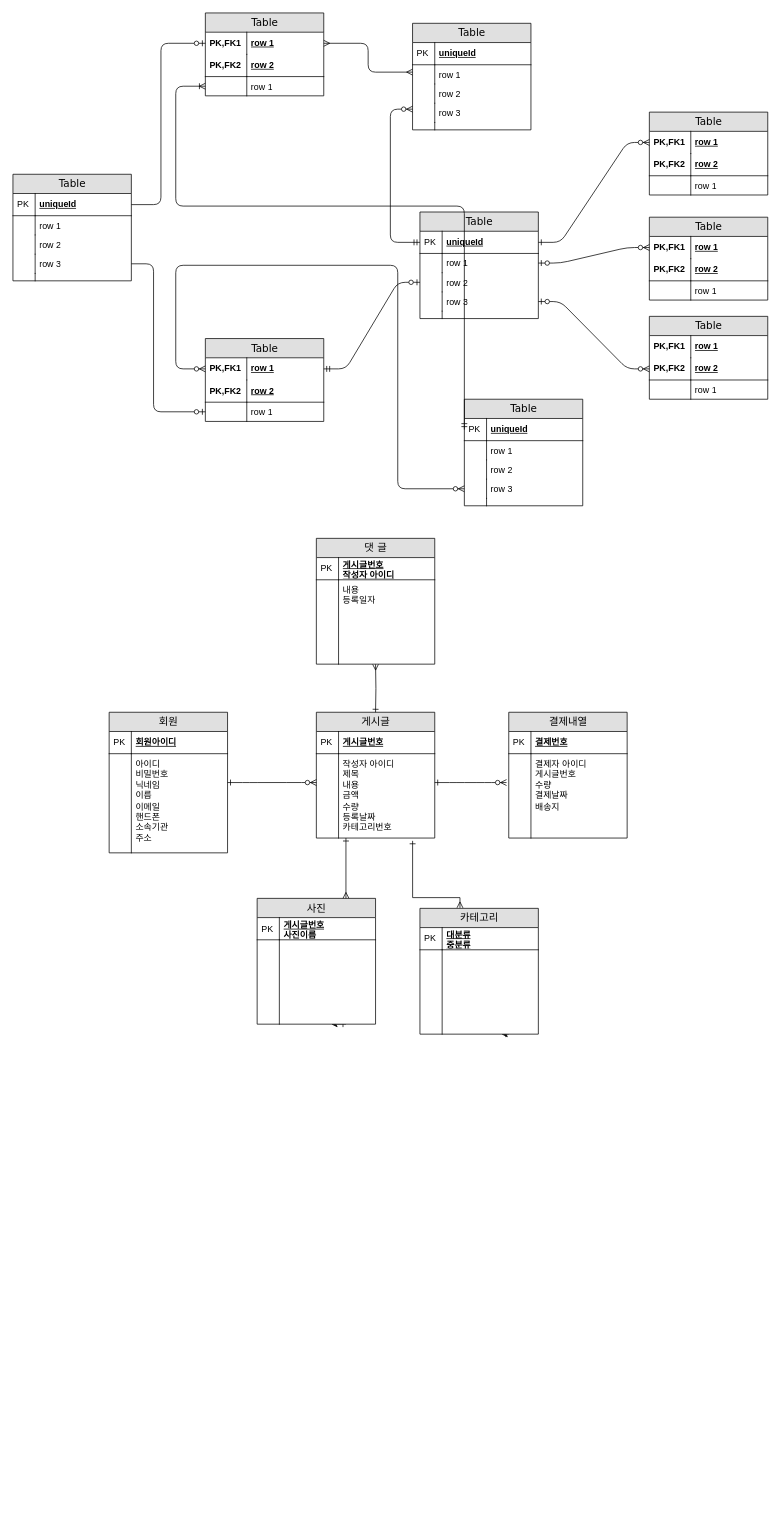
Before: Untitled Diagram.drawio in RealWarm/Algorithm, a draw.io diagram. Source tidied: cells renumbered, new cells numbered last; positions are measured from the earlier drawing's top-left corner, leaving out a move shared by most shapes. Both pictures are drawn from the tidied source at 74%, with x=0, y=0 at pixel (13, 13).
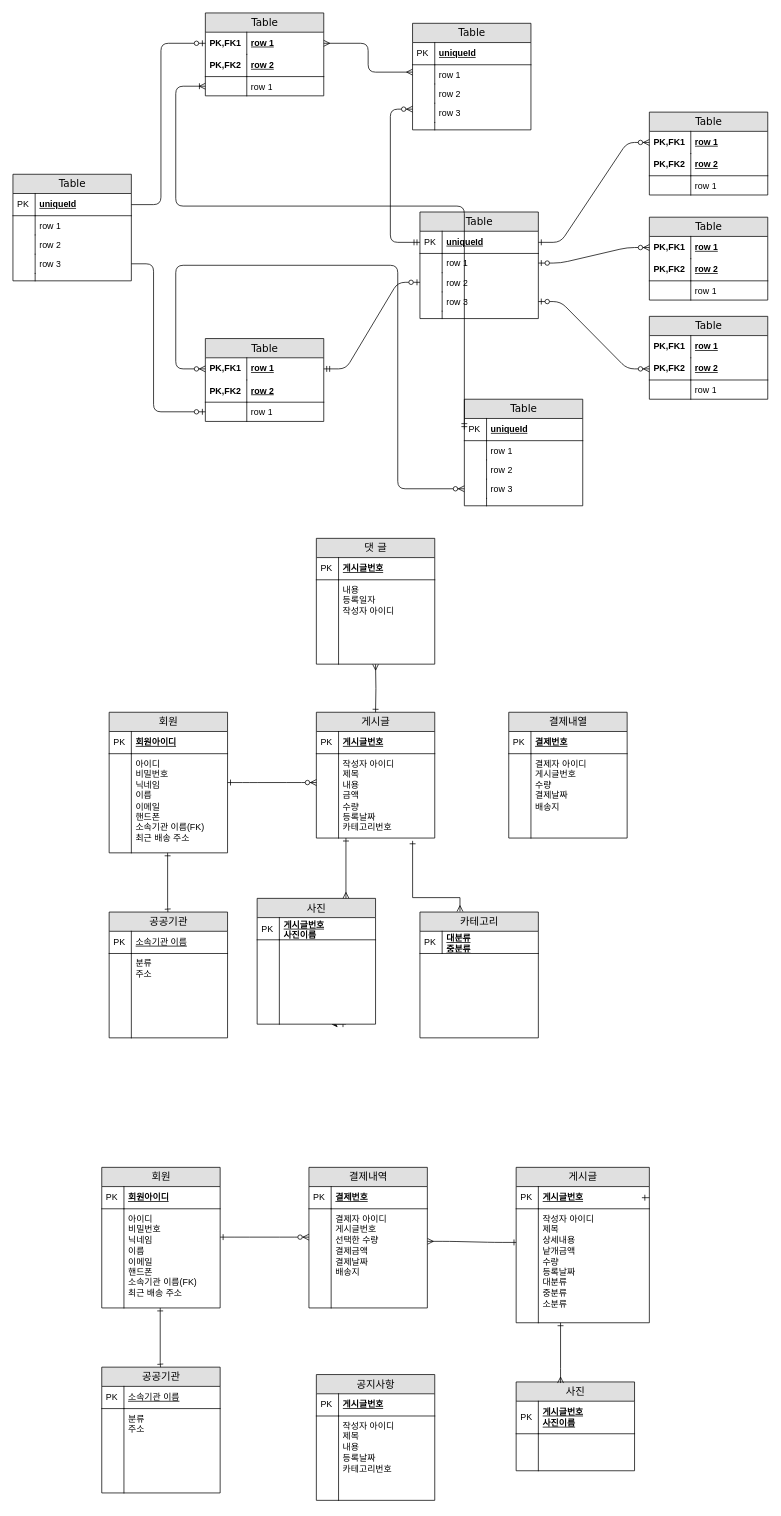
The same diagram, later.

The change refers to these unchanged cells:
```xml
<mxCell id="91" value="회원" style="swimlane;html=1;fontStyle=0;horizontal=1;startSize=26;fillColor=#e0e0e0;swimlaneFillColor=#ffffff;align=center;rounded=0;shadow=0;comic=0;labelBackgroundColor=none;strokeWidth=1;fontFamily=Verdana;fontSize=14;" parent="1" vertex="1">
  <mxGeometry x="130" y="945" width="160" height="190" as="geometry" />
</mxCell>
<mxCell id="109" value="댓 글" style="swimlane;html=1;fontStyle=0;horizontal=1;startSize=26;fillColor=#e0e0e0;swimlaneFillColor=#ffffff;align=center;rounded=0;shadow=0;comic=0;labelBackgroundColor=none;strokeWidth=1;fontFamily=Verdana;fontSize=14;" parent="1" vertex="1">
  <mxGeometry x="410" y="710" width="160" height="170" as="geometry" />
</mxCell>
```

Change to the diagram source:
```diff
@@
-    <mxCell id="94" value="아이디&lt;br&gt;비밀번호&lt;br&gt;닉네임&lt;br&gt;이름&lt;br&gt;이메일&lt;br&gt;핸드폰&lt;br&gt;소속기관&lt;br&gt;주소" style="shape=partialRectangle;top=0;left=0;right=0;bottom=0;html=1;align=left;verticalAlign=top;fillColor=none;spacingLeft=34;spacingRight=4;whiteSpace=wrap;overflow=hidden;" parent="91" vertex="1">
+    <mxCell id="94" value="아이디&lt;br&gt;비밀번호&lt;br&gt;닉네임&lt;br&gt;이름&lt;br&gt;이메일&lt;br&gt;핸드폰&lt;br&gt;소속기관 이름(FK)&lt;br&gt;최근 배송 주소" style="shape=partialRectangle;top=0;left=0;right=0;bottom=0;html=1;align=left;verticalAlign=top;fillColor=none;spacingLeft=34;spacingRight=4;whiteSpace=wrap;overflow=hidden;" parent="91" vertex="1">
       <mxGeometry y="56" width="160" height="134" as="geometry" />
     </mxCell>
@@
-    <mxCell id="107" style="edgeStyle=entityRelationEdgeStyle;html=1;endArrow=ERzeroToMany;startArrow=ERone;labelBackgroundColor=none;fontFamily=Verdana;fontSize=14;exitX=1;exitY=0.5;startFill=0;" parent="1" edge="1">
+    <mxCell id="107" style="edgeStyle=entityRelationEdgeStyle;html=1;endArrow=ERone;startArrow=ERmany;labelBackgroundColor=none;fontFamily=Verdana;fontSize=14;exitX=1;exitY=0.5;startFill=0;entryX=0.006;entryY=0.295;entryDx=0;entryDy=0;entryPerimeter=0;endFill=0;" parent="1" edge="1" target="153">
       <mxGeometry relative="1" as="geometry">
-        <mxPoint x="570" y="1040" as="sourcePoint" />
-        <mxPoint x="667" y="1040" as="targetPoint" />
+        <mxPoint x="560" y="1660" as="sourcePoint" />
       </mxGeometry>
     </mxCell>
@@
-    <mxCell id="110" value="게시글번호&lt;br&gt;작성자 아이디" style="shape=partialRectangle;top=0;left=0;right=0;bottom=1;html=1;align=left;verticalAlign=middle;fillColor=none;spacingLeft=34;spacingRight=4;whiteSpace=wrap;overflow=hidden;fontStyle=5;" parent="109" vertex="1">
+    <mxCell id="110" value="게시글번호&lt;br&gt;" style="shape=partialRectangle;top=0;left=0;right=0;bottom=1;html=1;align=left;verticalAlign=middle;fillColor=none;spacingLeft=34;spacingRight=4;whiteSpace=wrap;overflow=hidden;fontStyle=5;" parent="109" vertex="1">
       <mxGeometry y="26" width="160" height="30" as="geometry" />
     </mxCell>
@@
-    <mxCell id="112" value="내용 &lt;br&gt;등록일자" style="shape=partialRectangle;top=0;left=0;right=0;bottom=0;html=1;align=left;verticalAlign=top;fillColor=none;spacingLeft=34;spacingRight=4;whiteSpace=wrap;overflow=hidden;" parent="109" vertex="1">
+    <mxCell id="112" value="내용 &lt;br&gt;등록일자&lt;br&gt;작성자 아이디" style="shape=partialRectangle;top=0;left=0;right=0;bottom=0;html=1;align=left;verticalAlign=top;fillColor=none;spacingLeft=34;spacingRight=4;whiteSpace=wrap;overflow=hidden;" parent="109" vertex="1">
       <mxGeometry y="56" width="160" height="114" as="geometry" />
     </mxCell>
@@
-    <mxCell id="120" style="edgeStyle=orthogonalEdgeStyle;rounded=0;jettySize=auto;html=1;exitX=0.75;exitY=1;exitDx=0;exitDy=0;startArrow=ERone;startFill=0;" parent="1" edge="1" source="121">
-      <mxGeometry relative="1" as="geometry">
-        <mxPoint x="660" y="1380" as="targetPoint" />
-      </mxGeometry>
-    </mxCell>
     <mxCell id="121" value="카테고리" style="swimlane;html=1;fontStyle=0;horizontal=1;startSize=26;fillColor=#e0e0e0;swimlaneFillColor=#ffffff;align=center;rounded=0;shadow=0;comic=0;labelBackgroundColor=none;strokeWidth=1;fontFamily=Verdana;fontSize=14;" parent="1" vertex="1">
-      <mxGeometry x="550" y="1210" width="160" height="170" as="geometry" />
+      <mxGeometry x="550" y="1215" width="160" height="170" as="geometry" />
     </mxCell>
@@
-    <mxCell id="124" style="shape=partialRectangle;top=0;left=0;right=0;bottom=0;html=1;align=left;verticalAlign=top;fillColor=none;spacingLeft=34;spacingRight=4;whiteSpace=wrap;overflow=hidden;" parent="1" vertex="1">
-      <mxGeometry x="550" y="1266" width="160" height="114" as="geometry" />
-    </mxCell>
-    <mxCell id="125" style="shape=partialRectangle;top=0;left=0;bottom=0;html=1;fillColor=none;align=left;verticalAlign=top;spacingLeft=4;spacingRight=4;whiteSpace=wrap;overflow=hidden;" parent="124" vertex="1">
-      <mxGeometry width="30" height="114" as="geometry" />
-    </mxCell>
@@
+    <mxCell id="128" value="공공기관" style="swimlane;html=1;fontStyle=0;horizontal=1;startSize=26;fillColor=#e0e0e0;swimlaneFillColor=#ffffff;align=center;rounded=0;shadow=0;comic=0;labelBackgroundColor=none;strokeWidth=1;fontFamily=Verdana;fontSize=14;" parent="1" vertex="1">
+      <mxGeometry x="130" y="1215" width="160" height="170" as="geometry" />
+    </mxCell>
+    <mxCell id="129" value="&lt;span style=&quot;font-weight: 400&quot;&gt;소속기관 이름&lt;/span&gt;" style="shape=partialRectangle;top=0;left=0;right=0;bottom=1;html=1;align=left;verticalAlign=middle;fillColor=none;spacingLeft=34;spacingRight=4;whiteSpace=wrap;overflow=hidden;fontStyle=5;" parent="128" vertex="1">
+      <mxGeometry y="26" width="160" height="30" as="geometry" />
+    </mxCell>
+    <mxCell id="130" value="PK" style="shape=partialRectangle;top=0;left=0;bottom=0;html=1;fillColor=none;align=left;verticalAlign=middle;spacingLeft=4;spacingRight=4;whiteSpace=wrap;overflow=hidden;" parent="129" vertex="1">
+      <mxGeometry width="30" height="30" as="geometry" />
+    </mxCell>
+    <mxCell id="131" value="분류&lt;br&gt;주소" style="shape=partialRectangle;top=0;left=0;right=0;bottom=0;html=1;align=left;verticalAlign=top;fillColor=none;spacingLeft=34;spacingRight=4;whiteSpace=wrap;overflow=hidden;" parent="128" vertex="1">
+      <mxGeometry y="56" width="160" height="114" as="geometry" />
+    </mxCell>
+    <mxCell id="132" style="shape=partialRectangle;top=0;left=0;bottom=0;html=1;fillColor=none;align=left;verticalAlign=top;spacingLeft=4;spacingRight=4;whiteSpace=wrap;overflow=hidden;" parent="131" vertex="1">
+      <mxGeometry width="30" height="114" as="geometry" />
+    </mxCell>
+    <mxCell id="133" style="edgeStyle=orthogonalEdgeStyle;rounded=0;orthogonalLoop=1;jettySize=auto;html=1;startArrow=ERone;startFill=0;entryX=0.75;entryY=0;entryDx=0;entryDy=0;endArrow=ERone;endFill=0;" parent="1" edge="1">
+      <mxGeometry relative="1" as="geometry">
+        <mxPoint x="209" y="1135" as="sourcePoint" />
+        <mxPoint x="209.4" y="1215" as="targetPoint" />
+        <Array as="points">
+          <mxPoint x="209.4" y="1208.5" />
+          <mxPoint x="209.4" y="1208.5" />
+        </Array>
+      </mxGeometry>
+    </mxCell>
+    <mxCell id="134" value="회원" style="swimlane;html=1;fontStyle=0;horizontal=1;startSize=26;fillColor=#e0e0e0;swimlaneFillColor=#ffffff;align=center;rounded=0;shadow=0;comic=0;labelBackgroundColor=none;strokeWidth=1;fontFamily=Verdana;fontSize=14;" parent="1" vertex="1">
+      <mxGeometry x="120" y="1560" width="160" height="190" as="geometry" />
+    </mxCell>
+    <mxCell id="135" value="회원아이디" style="shape=partialRectangle;top=0;left=0;right=0;bottom=1;html=1;align=left;verticalAlign=middle;fillColor=none;spacingLeft=34;spacingRight=4;whiteSpace=wrap;overflow=hidden;fontStyle=5;" parent="134" vertex="1">
+      <mxGeometry y="26" width="160" height="30" as="geometry" />
+    </mxCell>
+    <mxCell id="136" value="PK" style="shape=partialRectangle;top=0;left=0;bottom=0;html=1;fillColor=none;align=left;verticalAlign=middle;spacingLeft=4;spacingRight=4;whiteSpace=wrap;overflow=hidden;" parent="135" vertex="1">
+      <mxGeometry width="30" height="30" as="geometry" />
+    </mxCell>
+    <mxCell id="137" value="아이디&lt;br&gt;비밀번호&lt;br&gt;닉네임&lt;br&gt;이름&lt;br&gt;이메일&lt;br&gt;핸드폰&lt;br&gt;소속기관 이름(FK)&lt;br&gt;최근 배송 주소" style="shape=partialRectangle;top=0;left=0;right=0;bottom=0;html=1;align=left;verticalAlign=top;fillColor=none;spacingLeft=34;spacingRight=4;whiteSpace=wrap;overflow=hidden;" parent="134" vertex="1">
+      <mxGeometry y="56" width="160" height="134" as="geometry" />
+    </mxCell>
+    <mxCell id="138" style="shape=partialRectangle;top=0;left=0;bottom=0;html=1;fillColor=none;align=left;verticalAlign=top;spacingLeft=4;spacingRight=4;whiteSpace=wrap;overflow=hidden;" parent="137" vertex="1">
+      <mxGeometry width="30" height="134" as="geometry" />
+    </mxCell>
+    <mxCell id="139" value="공공기관" style="swimlane;html=1;fontStyle=0;horizontal=1;startSize=26;fillColor=#e0e0e0;swimlaneFillColor=#ffffff;align=center;rounded=0;shadow=0;comic=0;labelBackgroundColor=none;strokeWidth=1;fontFamily=Verdana;fontSize=14;" parent="1" vertex="1">
+      <mxGeometry x="120" y="1830" width="160" height="170" as="geometry" />
+    </mxCell>
+    <mxCell id="140" value="&lt;span style=&quot;font-weight: 400&quot;&gt;소속기관 이름&lt;/span&gt;" style="shape=partialRectangle;top=0;left=0;right=0;bottom=1;html=1;align=left;verticalAlign=middle;fillColor=none;spacingLeft=34;spacingRight=4;whiteSpace=wrap;overflow=hidden;fontStyle=5;" parent="139" vertex="1">
+      <mxGeometry y="26" width="160" height="30" as="geometry" />
+    </mxCell>
+    <mxCell id="141" value="PK" style="shape=partialRectangle;top=0;left=0;bottom=0;html=1;fillColor=none;align=left;verticalAlign=middle;spacingLeft=4;spacingRight=4;whiteSpace=wrap;overflow=hidden;" parent="140" vertex="1">
+      <mxGeometry width="30" height="30" as="geometry" />
+    </mxCell>
+    <mxCell id="142" value="분류&lt;br&gt;주소" style="shape=partialRectangle;top=0;left=0;right=0;bottom=0;html=1;align=left;verticalAlign=top;fillColor=none;spacingLeft=34;spacingRight=4;whiteSpace=wrap;overflow=hidden;" parent="139" vertex="1">
+      <mxGeometry y="56" width="160" height="114" as="geometry" />
+    </mxCell>
+    <mxCell id="143" style="shape=partialRectangle;top=0;left=0;bottom=0;html=1;fillColor=none;align=left;verticalAlign=top;spacingLeft=4;spacingRight=4;whiteSpace=wrap;overflow=hidden;" parent="142" vertex="1">
+      <mxGeometry width="30" height="114" as="geometry" />
+    </mxCell>
+    <mxCell id="144" style="edgeStyle=orthogonalEdgeStyle;rounded=0;orthogonalLoop=1;jettySize=auto;html=1;startArrow=ERone;startFill=0;entryX=0.75;entryY=0;entryDx=0;entryDy=0;endArrow=ERone;endFill=0;" parent="1" edge="1">
+      <mxGeometry relative="1" as="geometry">
+        <mxPoint x="199" y="1750" as="sourcePoint" />
+        <mxPoint x="199.4" y="1830" as="targetPoint" />
+        <Array as="points">
+          <mxPoint x="199.4" y="1823.5" />
+          <mxPoint x="199.4" y="1823.5" />
+        </Array>
+      </mxGeometry>
+    </mxCell>
+    <mxCell id="145" value="결제내역" style="swimlane;html=1;fontStyle=0;horizontal=1;startSize=26;fillColor=#e0e0e0;swimlaneFillColor=#ffffff;align=center;rounded=0;shadow=0;comic=0;labelBackgroundColor=none;strokeWidth=1;fontFamily=Verdana;fontSize=14;" parent="1" vertex="1">
+      <mxGeometry x="400" y="1560" width="160" height="190" as="geometry" />
+    </mxCell>
+    <mxCell id="146" value="결제번호" style="shape=partialRectangle;top=0;left=0;right=0;bottom=1;html=1;align=left;verticalAlign=middle;fillColor=none;spacingLeft=34;spacingRight=4;whiteSpace=wrap;overflow=hidden;fontStyle=5;" parent="145" vertex="1">
+      <mxGeometry y="26" width="160" height="30" as="geometry" />
+    </mxCell>
+    <mxCell id="147" value="PK" style="shape=partialRectangle;top=0;left=0;bottom=0;html=1;fillColor=none;align=left;verticalAlign=middle;spacingLeft=4;spacingRight=4;whiteSpace=wrap;overflow=hidden;" parent="146" vertex="1">
+      <mxGeometry width="30" height="30" as="geometry" />
+    </mxCell>
+    <mxCell id="148" value="결제자 아이디&lt;br&gt;게시글번호&lt;br&gt;선택한 수량&lt;br&gt;결제금액&lt;br&gt;결제날짜&lt;br&gt;배송지" style="shape=partialRectangle;top=0;left=0;right=0;bottom=0;html=1;align=left;verticalAlign=top;fillColor=none;spacingLeft=34;spacingRight=4;whiteSpace=wrap;overflow=hidden;" parent="145" vertex="1">
+      <mxGeometry y="56" width="160" height="134" as="geometry" />
+    </mxCell>
+    <mxCell id="149" style="shape=partialRectangle;top=0;left=0;bottom=0;html=1;fillColor=none;align=left;verticalAlign=top;spacingLeft=4;spacingRight=4;whiteSpace=wrap;overflow=hidden;" parent="148" vertex="1">
+      <mxGeometry width="30" height="134" as="geometry" />
+    </mxCell>
+    <mxCell id="150" value="게시글" style="swimlane;html=1;fontStyle=0;horizontal=1;startSize=26;fillColor=#e0e0e0;swimlaneFillColor=#ffffff;align=center;rounded=0;shadow=0;comic=0;labelBackgroundColor=none;strokeWidth=1;fontFamily=Verdana;fontSize=14;" parent="1" vertex="1">
+      <mxGeometry x="680" y="1560" width="180" height="210" as="geometry" />
+    </mxCell>
+    <mxCell id="151" value="게시글번호" style="shape=partialRectangle;top=0;left=0;right=0;bottom=1;html=1;align=left;verticalAlign=middle;fillColor=none;spacingLeft=34;spacingRight=4;whiteSpace=wrap;overflow=hidden;points=[[0,0.5],[1,0.5]];portConstraint=eastwest;fontStyle=5;" parent="150" vertex="1">
+      <mxGeometry y="26" width="180" height="30" as="geometry" />
+    </mxCell>
+    <mxCell id="152" value="PK" style="shape=partialRectangle;top=0;left=0;bottom=0;html=1;fillColor=none;align=left;verticalAlign=middle;spacingLeft=4;spacingRight=4;whiteSpace=wrap;overflow=hidden;" parent="151" vertex="1">
+      <mxGeometry width="30" height="30" as="geometry" />
+    </mxCell>
+    <mxCell id="153" value="작성자 아이디&lt;br&gt;제목&lt;br&gt;상세내용&lt;br&gt;낱개금액&lt;br&gt;수량&lt;br&gt;등록날짜&lt;br&gt;대분류&lt;br&gt;중분류&lt;br&gt;소분류" style="shape=partialRectangle;top=0;left=0;right=0;bottom=0;html=1;align=left;verticalAlign=top;fillColor=none;spacingLeft=34;spacingRight=4;whiteSpace=wrap;overflow=hidden;points=[[0,0.5],[1,0.5]];portConstraint=eastwest;" parent="150" vertex="1">
+      <mxGeometry y="56" width="180" height="154" as="geometry" />
+    </mxCell>
+    <mxCell id="154" style="shape=partialRectangle;top=0;left=0;bottom=0;html=1;fillColor=none;align=left;verticalAlign=top;spacingLeft=4;spacingRight=4;whiteSpace=wrap;overflow=hidden;" parent="153" vertex="1">
+      <mxGeometry width="30" height="154" as="geometry" />
+    </mxCell>
+    <mxCell id="155" style="edgeStyle=orthogonalEdgeStyle;rounded=0;orthogonalLoop=1;jettySize=auto;html=1;exitX=1;exitY=0.5;exitDx=0;exitDy=0;entryX=0.944;entryY=0.505;entryDx=0;entryDy=0;entryPerimeter=0;endArrow=ERone;endFill=0;" parent="150" edge="1" source="151" target="151">
+      <mxGeometry relative="1" as="geometry" />
+    </mxCell>
+    <mxCell id="156" value="사진" style="swimlane;html=1;fontStyle=0;horizontal=1;startSize=26;fillColor=#e0e0e0;swimlaneFillColor=#ffffff;align=center;rounded=0;shadow=0;comic=0;labelBackgroundColor=none;strokeWidth=1;fontFamily=Verdana;fontSize=14;" parent="1" vertex="1">
+      <mxGeometry x="680" y="1850" width="160" height="120" as="geometry" />
+    </mxCell>
+    <mxCell id="157" value="게시글번호&lt;br&gt;사진이름" style="shape=partialRectangle;top=0;left=0;right=0;bottom=1;html=1;align=left;verticalAlign=middle;fillColor=none;spacingLeft=34;spacingRight=4;whiteSpace=wrap;overflow=hidden;fontStyle=5;" parent="156" vertex="1">
+      <mxGeometry y="26" width="160" height="44" as="geometry" />
+    </mxCell>
+    <mxCell id="158" value="PK" style="shape=partialRectangle;top=0;left=0;bottom=0;html=1;fillColor=none;align=left;verticalAlign=middle;spacingLeft=4;spacingRight=4;whiteSpace=wrap;overflow=hidden;" parent="157" vertex="1">
+      <mxGeometry width="30" height="44" as="geometry" />
+    </mxCell>
+    <mxCell id="159" style="shape=partialRectangle;top=0;left=0;right=0;bottom=0;html=1;align=left;verticalAlign=top;fillColor=none;spacingLeft=34;spacingRight=4;whiteSpace=wrap;overflow=hidden;" parent="156" vertex="1">
+      <mxGeometry y="70" width="160" height="50" as="geometry" />
+    </mxCell>
+    <mxCell id="160" style="shape=partialRectangle;top=0;left=0;bottom=0;html=1;fillColor=none;align=left;verticalAlign=top;spacingLeft=4;spacingRight=4;whiteSpace=wrap;overflow=hidden;" parent="159" vertex="1">
+      <mxGeometry width="30" height="50" as="geometry" />
+    </mxCell>
+    <mxCell id="161" style="edgeStyle=orthogonalEdgeStyle;rounded=0;orthogonalLoop=1;jettySize=auto;html=1;startArrow=ERone;startFill=0;entryX=0.75;entryY=0;entryDx=0;entryDy=0;endArrow=ERmany;endFill=0;" parent="1" edge="1">
+      <mxGeometry relative="1" as="geometry">
+        <mxPoint x="740" y="1770" as="sourcePoint" />
+        <mxPoint x="740" y="1851.5" as="targetPoint" />
+        <Array as="points">
+          <mxPoint x="740" y="1831.6" />
+          <mxPoint x="740" y="1831.6" />
+        </Array>
+      </mxGeometry>
+    </mxCell>
+    <mxCell id="162" value="공지사항" style="swimlane;html=1;fontStyle=0;horizontal=1;startSize=26;fillColor=#e0e0e0;swimlaneFillColor=#ffffff;align=center;rounded=0;shadow=0;comic=0;labelBackgroundColor=none;strokeWidth=1;fontFamily=Verdana;fontSize=14;" parent="1" vertex="1">
+      <mxGeometry x="410" y="1840" width="160" height="170" as="geometry" />
+    </mxCell>
+    <mxCell id="163" value="게시글번호" style="shape=partialRectangle;top=0;left=0;right=0;bottom=1;html=1;align=left;verticalAlign=middle;fillColor=none;spacingLeft=34;spacingRight=4;whiteSpace=wrap;overflow=hidden;fontStyle=5;" parent="162" vertex="1">
+      <mxGeometry y="26" width="160" height="30" as="geometry" />
+    </mxCell>
+    <mxCell id="164" value="PK" style="shape=partialRectangle;top=0;left=0;bottom=0;html=1;fillColor=none;align=left;verticalAlign=middle;spacingLeft=4;spacingRight=4;whiteSpace=wrap;overflow=hidden;" parent="163" vertex="1">
+      <mxGeometry width="30" height="30" as="geometry" />
+    </mxCell>
+    <mxCell id="165" value="작성자 아이디&lt;br&gt;제목&lt;br&gt;내용&lt;br&gt;등록날짜&lt;br&gt;카테고리번호" style="shape=partialRectangle;top=0;left=0;right=0;bottom=0;html=1;align=left;verticalAlign=top;fillColor=none;spacingLeft=34;spacingRight=4;whiteSpace=wrap;overflow=hidden;" parent="162" vertex="1">
+      <mxGeometry y="56" width="160" height="114" as="geometry" />
+    </mxCell>
+    <mxCell id="166" style="shape=partialRectangle;top=0;left=0;bottom=0;html=1;fillColor=none;align=left;verticalAlign=top;spacingLeft=4;spacingRight=4;whiteSpace=wrap;overflow=hidden;" parent="165" vertex="1">
+      <mxGeometry width="30" height="114" as="geometry" />
+    </mxCell>
+    <mxCell id="167" style="edgeStyle=entityRelationEdgeStyle;html=1;endArrow=ERzeroToMany;startArrow=ERone;labelBackgroundColor=none;fontFamily=Verdana;fontSize=14;entryX=0;entryY=0.342;exitX=1;exitY=0.5;startFill=0;entryDx=0;entryDy=0;entryPerimeter=0;" parent="1" edge="1">
+      <mxGeometry relative="1" as="geometry">
+        <mxPoint x="280" y="1654.3" as="sourcePoint" />
+        <mxPoint x="400" y="1654.3" as="targetPoint" />
+      </mxGeometry>
+    </mxCell>
```
